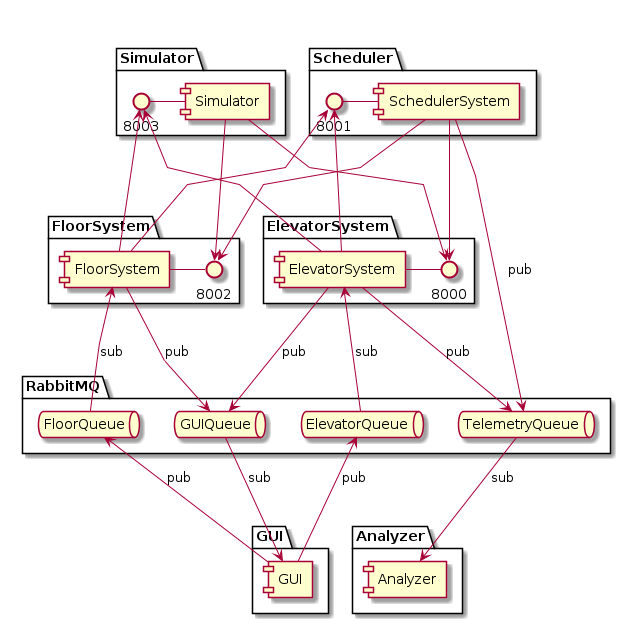
The PlantUML diagram doc/diagrams/ClassDiagrams/componentDiagram.png in JoshuaSFryer/3303-L4G5, before a commit.
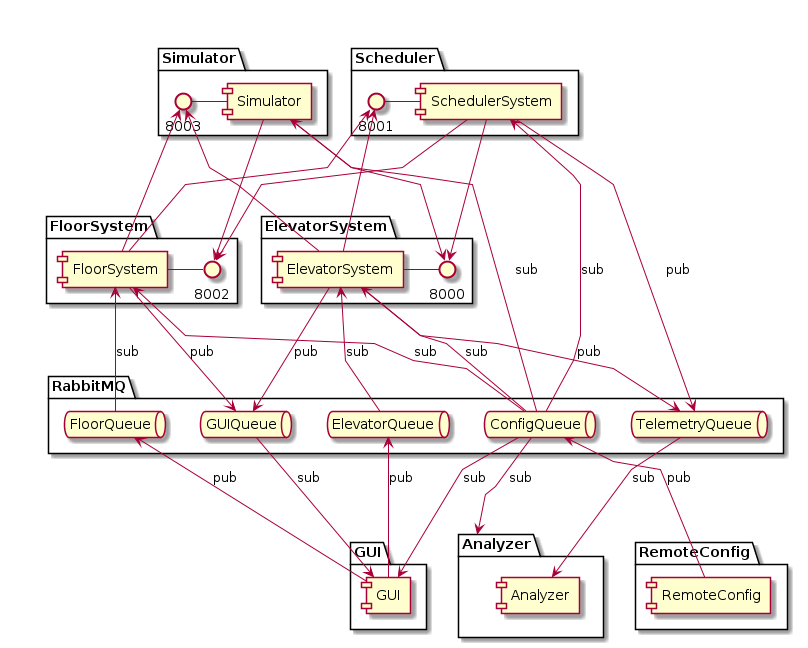
After the commit.

What changed in the source:
```diff
@@ -44,6 +44,9 @@
 package "Analyzer"{
   component Analyzer as anal
 }
+package "RemoteConfig"{
+  component RemoteConfig as rc
+}
 }
 
 
@@ -53,6 +56,7 @@
   queue "FloorQueue"
   queue "GUIQueue"
   queue "TelemetryQueue"
+  queue "ConfigQueue"
 
   FloorQueue -[hidden]> ElevatorQueue
 
@@ -79,6 +83,13 @@
 GUIQueue --> guii : sub
 FloorQueue <-- guii : pub
 ElevatorQueue <-- guii: pub
+ConfigQueue <-- rc: pub
+guii <-- ConfigQueue: sub
+Analyzer <-- ConfigQueue: sub
+fl <-- ConfigQueue: sub
+el <-- ConfigQueue: sub
+sim <-- ConfigQueue: sub
+SchedulerSystem <-- ConfigQueue: sub
 
 
 
```
